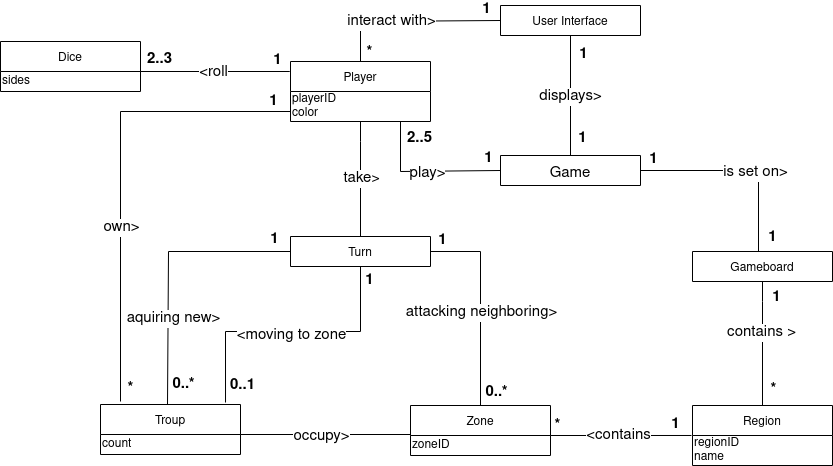
The draw.io diagram Documents/Technischer_Bericht_1/DomainModel.png in YvesBraendli/OV_Tycoon_PM3, before a commit. Source tidied: cells renumbered, new cells last; positions are measured from the earlier drawing's top-left corner, leaving out a move shared by most shapes.
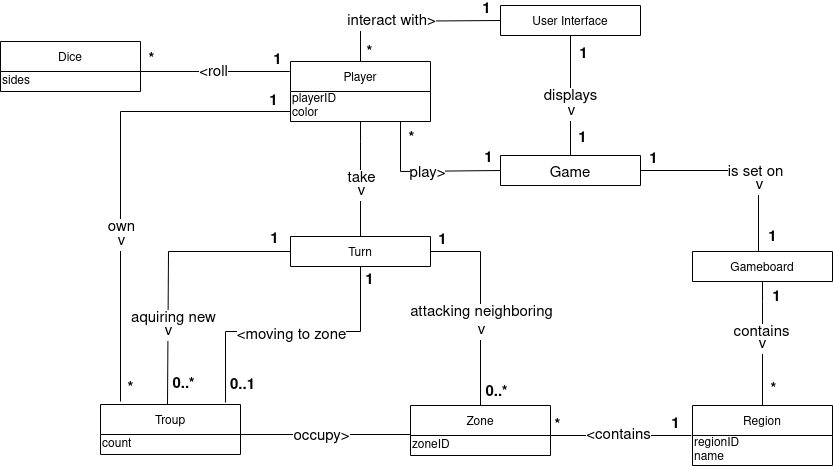
Above is the later version.

Commit message:
07 updated domain modell

What changed in the source:
```diff
@@ -19,9 +19,9 @@
         <mxPoint x="10" y="-15" as="offset" />
       </mxGeometry>
     </mxCell>
-    <mxCell id="5" value="&lt;b&gt;2..5&lt;/b&gt;" style="edgeLabel;html=1;align=center;verticalAlign=middle;fontSize=15;" parent="2" vertex="1">
+    <mxCell id="5" value="*" style="edgeLabel;html=1;align=center;verticalAlign=middle;fontSize=15;fontStyle=1;" parent="2" vertex="1">
       <mxGeometry x="-0.79" y="2" relative="1" as="geometry">
-        <mxPoint x="16" as="offset" />
+        <mxPoint x="8" as="offset" />
       </mxGeometry>
     </mxCell>
     <mxCell id="6" style="edgeStyle=orthogonalEdgeStyle;rounded=0;jettySize=auto;html=1;entryX=0;entryY=0.5;entryDx=0;entryDy=0;fontSize=17;endArrow=none;endFill=0;" parent="1" edge="1" source="10" target="29">
@@ -108,7 +108,7 @@
         <mxPoint x="11" y="2" as="offset" />
       </mxGeometry>
     </mxCell>
-    <mxCell id="27" value="displays&amp;gt;" style="edgeLabel;html=1;align=center;verticalAlign=middle;fontSize=15;" parent="25" vertex="1">
+    <mxCell id="27" value="displays" style="edgeLabel;html=1;align=center;verticalAlign=middle;fontSize=15;" parent="25" vertex="1">
       <mxGeometry x="0.2" y="-1" relative="1" as="geometry">
         <mxPoint y="-12" as="offset" />
       </mxGeometry>
@@ -129,7 +129,7 @@
         </Array>
       </mxGeometry>
     </mxCell>
-    <mxCell id="31" value="&lt;font style=&quot;font-size: 15px&quot;&gt;contains &amp;gt;&lt;br&gt;&lt;/font&gt;" style="edgeLabel;html=1;align=center;verticalAlign=middle;" parent="30" vertex="1">
+    <mxCell id="31" value="&lt;font style=&quot;font-size: 15px&quot;&gt;contains&lt;br&gt;&lt;/font&gt;" style="edgeLabel;html=1;align=center;verticalAlign=middle;" parent="30" vertex="1">
       <mxGeometry x="0.22" y="-2" relative="1" as="geometry">
         <mxPoint y="-26" as="offset" />
       </mxGeometry>
@@ -149,7 +149,7 @@
         <mxPoint x="758" y="246" as="targetPoint" />
       </mxGeometry>
     </mxCell>
-    <mxCell id="35" value="is set on&amp;gt;" style="edgeLabel;html=1;align=center;verticalAlign=middle;fontSize=15;" parent="34" vertex="1">
+    <mxCell id="35" value="is set on" style="edgeLabel;html=1;align=center;verticalAlign=middle;fontSize=15;" parent="34" vertex="1">
       <mxGeometry x="-0.18" y="-1" relative="1" as="geometry">
         <mxPoint x="32" as="offset" />
       </mxGeometry>
@@ -181,9 +181,9 @@
         <mxPoint x="-18" y="-3" as="offset" />
       </mxGeometry>
     </mxCell>
-    <mxCell id="41" value="2..3" style="edgeLabel;html=1;align=center;verticalAlign=middle;fontSize=15;fontStyle=1;" parent="39" vertex="1">
+    <mxCell id="41" value="*" style="edgeLabel;html=1;align=center;verticalAlign=middle;fontSize=15;fontStyle=1;" parent="39" vertex="1">
       <mxGeometry x="0.56" y="3" relative="1" as="geometry">
-        <mxPoint x="-11" y="-16" as="offset" />
+        <mxPoint x="-19" y="-16" as="offset" />
       </mxGeometry>
     </mxCell>
     <mxCell id="42" value="1" style="edgeLabel;html=1;align=center;verticalAlign=middle;fontSize=15;fontStyle=1;" parent="39" vertex="1">
@@ -212,7 +212,7 @@
         </Array>
       </mxGeometry>
     </mxCell>
-    <mxCell id="46" value="attacking neighboring&amp;gt;" style="edgeLabel;html=1;align=center;verticalAlign=middle;fontSize=15;" parent="45" vertex="1">
+    <mxCell id="46" value="attacking neighboring" style="edgeLabel;html=1;align=center;verticalAlign=middle;fontSize=15;" parent="45" vertex="1">
       <mxGeometry x="-0.12" y="-1" relative="1" as="geometry">
         <mxPoint x="1" y="21" as="offset" />
       </mxGeometry>
@@ -235,7 +235,7 @@
         </Array>
       </mxGeometry>
     </mxCell>
-    <mxCell id="50" value="aquiring new&amp;gt;" style="edgeLabel;html=1;align=center;verticalAlign=middle;fontSize=15;" parent="49" vertex="1">
+    <mxCell id="50" value="aquiring new&lt;br&gt;" style="edgeLabel;html=1;align=center;verticalAlign=middle;fontSize=15;" parent="49" vertex="1">
       <mxGeometry x="0.49" y="-1" relative="1" as="geometry">
         <mxPoint x="6" y="-17" as="offset" />
       </mxGeometry>
@@ -250,6 +250,11 @@
         <mxPoint y="-13" as="offset" />
       </mxGeometry>
     </mxCell>
+    <mxCell id="64" value="v" style="edgeLabel;html=1;align=center;verticalAlign=middle;fontSize=15;" parent="49" vertex="1">
+      <mxGeometry x="0.51" relative="1" as="geometry">
+        <mxPoint y="-5" as="offset" />
+      </mxGeometry>
+    </mxCell>
     <mxCell id="53" style="edgeStyle=orthogonalEdgeStyle;rounded=0;jettySize=auto;html=1;fontSize=15;endArrow=none;endFill=0;entryX=0.893;entryY=-0.04;entryDx=0;entryDy=0;entryPerimeter=0;" parent="1" edge="1" source="57" target="21">
       <mxGeometry relative="1" as="geometry">
         <Array as="points">
@@ -285,7 +290,7 @@
         </Array>
       </mxGeometry>
     </mxCell>
-    <mxCell id="59" value="&lt;font style=&quot;font-size: 15px&quot;&gt;take&lt;/font&gt;&amp;gt;" style="edgeLabel;html=1;align=center;verticalAlign=middle;fontSize=14;" parent="58" vertex="1">
+    <mxCell id="59" value="&lt;font style=&quot;font-size: 15px&quot;&gt;take&lt;/font&gt;" style="edgeLabel;html=1;align=center;verticalAlign=middle;fontSize=14;" parent="58" vertex="1">
       <mxGeometry x="-0.22" y="-1" relative="1" as="geometry">
         <mxPoint x="1" y="11" as="offset" />
       </mxGeometry>
@@ -300,7 +305,7 @@
         </Array>
       </mxGeometry>
     </mxCell>
-    <mxCell id="61" value="own&amp;gt;" style="edgeLabel;html=1;align=center;verticalAlign=middle;fontSize=15;" parent="60" vertex="1">
+    <mxCell id="61" value="own" style="edgeLabel;html=1;align=center;verticalAlign=middle;fontSize=15;" parent="60" vertex="1">
       <mxGeometry x="0.07" y="2" relative="1" as="geometry">
         <mxPoint x="-2" y="42" as="offset" />
       </mxGeometry>
@@ -315,5 +320,23 @@
         <mxPoint x="9" y="-14" as="offset" />
       </mxGeometry>
     </mxCell>
+    <mxCell id="65" value="v" style="edgeLabel;html=1;align=center;verticalAlign=middle;fontSize=15;" parent="1" vertex="1">
+      <mxGeometry x="360" y="186" as="geometry" />
+    </mxCell>
+    <mxCell id="66" value="v" style="edgeLabel;html=1;align=center;verticalAlign=middle;fontSize=15;" parent="1" vertex="1">
+      <mxGeometry x="480" y="325" as="geometry" />
+    </mxCell>
+    <mxCell id="67" value="v" style="edgeLabel;html=1;align=center;verticalAlign=middle;fontSize=15;" parent="1" vertex="1">
+      <mxGeometry x="570" y="106" as="geometry" />
+    </mxCell>
+    <mxCell id="68" value="v" style="edgeLabel;html=1;align=center;verticalAlign=middle;fontSize=15;" parent="1" vertex="1">
+      <mxGeometry x="758" y="180" as="geometry" />
+    </mxCell>
+    <mxCell id="69" value="v" style="edgeLabel;html=1;align=center;verticalAlign=middle;fontSize=15;" parent="1" vertex="1">
+      <mxGeometry x="761" y="339" as="geometry" />
+    </mxCell>
+    <mxCell id="70" value="v" style="edgeLabel;html=1;align=center;verticalAlign=middle;fontSize=15;" parent="1" vertex="1">
+      <mxGeometry x="120" y="236" as="geometry" />
+    </mxCell>
   </root>
 </mxGraphModel>
```
